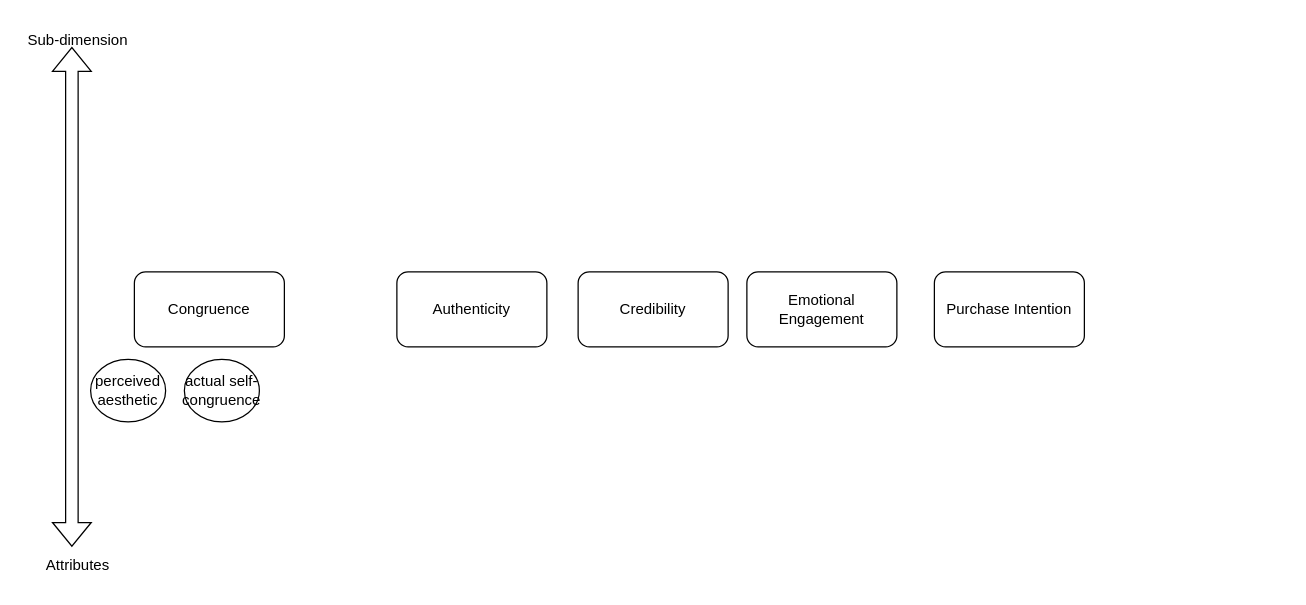
Earlier version of the draw.io diagram dissertation Diagram.drawio (libinhui1106/libinhui1106). Source tidied: cells renumbered, new cells numbered last; positions are measured from the earlier drawing's top-left corner, leaving out a move shared by most shapes. Both pictures are drawn from the tidied source at 125%, with x=0, y=0 at pixel (21, 21).
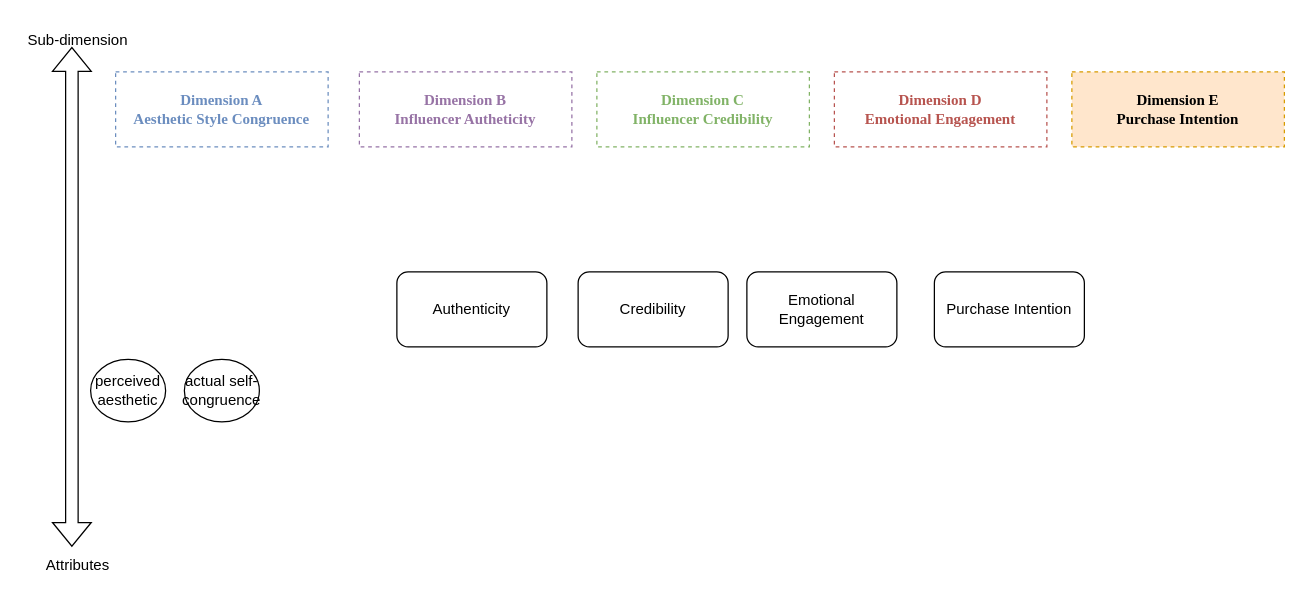
The same diagram, later.

The edit, as a diff of the source:
```diff
@@
 <mxGraphModel>
   <root>
     <mxCell id="0" />
     <mxCell id="1" parent="0" />
-    <mxCell id="2" value="Congruence" style="rounded=1;whiteSpace=wrap;html=1;" parent="1" vertex="1">
-      <mxGeometry x="90" y="200" width="120" height="60" as="geometry" />
+    <mxCell id="2" value="&lt;font face=&quot;Times New Roman&quot;&gt;Dimension A&lt;/font&gt;&lt;div&gt;&lt;font face=&quot;Times New Roman&quot;&gt;Aesthetic Style Congruence&lt;/font&gt;&lt;/div&gt;" style="rounded=0;whiteSpace=wrap;html=1;glass=0;shadow=0;dashed=1;fillColor=#FFFFFF;strokeColor=#6c8ebf;fontColor=light-dark(#6b8dbf, #319eff);fontStyle=1;" parent="1" vertex="1">
+      <mxGeometry x="75" y="40" width="170" height="60" as="geometry" />
     </mxCell>
     <mxCell id="3" value="Authenticity" style="rounded=1;whiteSpace=wrap;html=1;" parent="1" vertex="1">
       <mxGeometry x="300" y="200" width="120" height="60" as="geometry" />
     </mxCell>
     <mxCell id="4" value="Credibility" style="rounded=1;whiteSpace=wrap;html=1;" parent="1" vertex="1">
       <mxGeometry x="445" y="200" width="120" height="60" as="geometry" />
     </mxCell>
     <mxCell id="5" value="Emotional Engagement" style="rounded=1;whiteSpace=wrap;html=1;" parent="1" vertex="1">
       <mxGeometry x="580" y="200" width="120" height="60" as="geometry" />
     </mxCell>
     <mxCell id="6" value="Purchase Intention" style="rounded=1;whiteSpace=wrap;html=1;" parent="1" vertex="1">
       <mxGeometry x="730" y="200" width="120" height="60" as="geometry" />
     </mxCell>
     <mxCell id="7" style="shape=flexArrow;endArrow=classic;startArrow=classic;html=1;rounded=0;" parent="1" edge="1">
       <mxGeometry relative="1" as="geometry">
         <mxPoint x="40" y="420" as="sourcePoint" />
         <mxPoint x="40" y="20" as="targetPoint" />
       </mxGeometry>
     </mxCell>
     <mxCell id="8" value="Sub-dimension" style="text;html=1;whiteSpace=wrap;strokeColor=none;fillColor=none;align=center;verticalAlign=middle;rounded=0;" parent="1" vertex="1">
       <mxGeometry width="90" height="30" as="geometry" />
     </mxCell>
     <mxCell id="9" value="Attributes" style="text;html=1;whiteSpace=wrap;align=center;verticalAlign=middle;rounded=0;" parent="1" vertex="1">
       <mxGeometry y="420" width="90" height="30" as="geometry" />
     </mxCell>
     <mxCell id="10" value="perceived aesthetic" style="ellipse;whiteSpace=wrap;html=1;" parent="1" vertex="1">
       <mxGeometry x="55" y="270" width="60" height="50" as="geometry" />
     </mxCell>
     <mxCell id="11" value="actual self-congruence" style="ellipse;whiteSpace=wrap;html=1;" parent="1" vertex="1">
       <mxGeometry x="130" y="270" width="60" height="50" as="geometry" />
     </mxCell>
+    <mxCell id="12" value="&lt;font face=&quot;Times New Roman&quot;&gt;Dimension D&lt;/font&gt;&lt;div&gt;&lt;font face=&quot;Times New Roman&quot;&gt;Emotional Engagement&lt;/font&gt;&lt;/div&gt;" style="rounded=0;whiteSpace=wrap;html=1;glass=0;shadow=0;dashed=1;fillColor=light-dark(#FFFFFF,#FFFFFF);strokeColor=#b85450;fontStyle=1;fontColor=light-dark(#b7544f, #ededed);" parent="1" vertex="1">
+      <mxGeometry x="650" y="40" width="170" height="60" as="geometry" />
+    </mxCell>
+    <mxCell id="13" value="&lt;font face=&quot;Times New Roman&quot;&gt;Dimension B&lt;/font&gt;&lt;div&gt;&lt;font face=&quot;Times New Roman&quot;&gt;Influencer Autheticity&lt;/font&gt;&lt;/div&gt;" style="rounded=0;whiteSpace=wrap;html=1;glass=0;shadow=0;dashed=1;fillColor=light-dark(#FFFFFF,#FFFFFF);strokeColor=#9673a6;fontStyle=1;fontColor=light-dark(#9773a5, #ededed);" parent="1" vertex="1">
+      <mxGeometry x="270" y="40" width="170" height="60" as="geometry" />
+    </mxCell>
+    <mxCell id="14" value="&lt;font face=&quot;Times New Roman&quot;&gt;Dimension C&lt;/font&gt;&lt;div&gt;&lt;font face=&quot;Times New Roman&quot;&gt;Influencer Credibility&lt;/font&gt;&lt;/div&gt;" style="rounded=0;whiteSpace=wrap;html=1;glass=0;shadow=0;dashed=1;fillColor=light-dark(#FFFFFF,#FFFFFF);strokeColor=#82b366;fontStyle=1;fontColor=light-dark(#81b367, #ededed);labelBackgroundColor=none;labelBorderColor=none;" parent="1" vertex="1">
+      <mxGeometry x="460" y="40" width="170" height="60" as="geometry" />
+    </mxCell>
+    <mxCell id="15" value="&lt;font face=&quot;Times New Roman&quot;&gt;Dimension E&lt;/font&gt;&lt;div&gt;&lt;font face=&quot;Times New Roman&quot;&gt;Purchase Intention&lt;/font&gt;&lt;/div&gt;" style="rounded=0;whiteSpace=wrap;html=1;glass=0;shadow=0;dashed=1;fillColor=#ffe6cc;strokeColor=#d79b00;fontStyle=1;fontColor=default;" parent="1" vertex="1">
+      <mxGeometry x="840" y="40" width="170" height="60" as="geometry" />
+    </mxCell>
   </root>
 </mxGraphModel>
```
